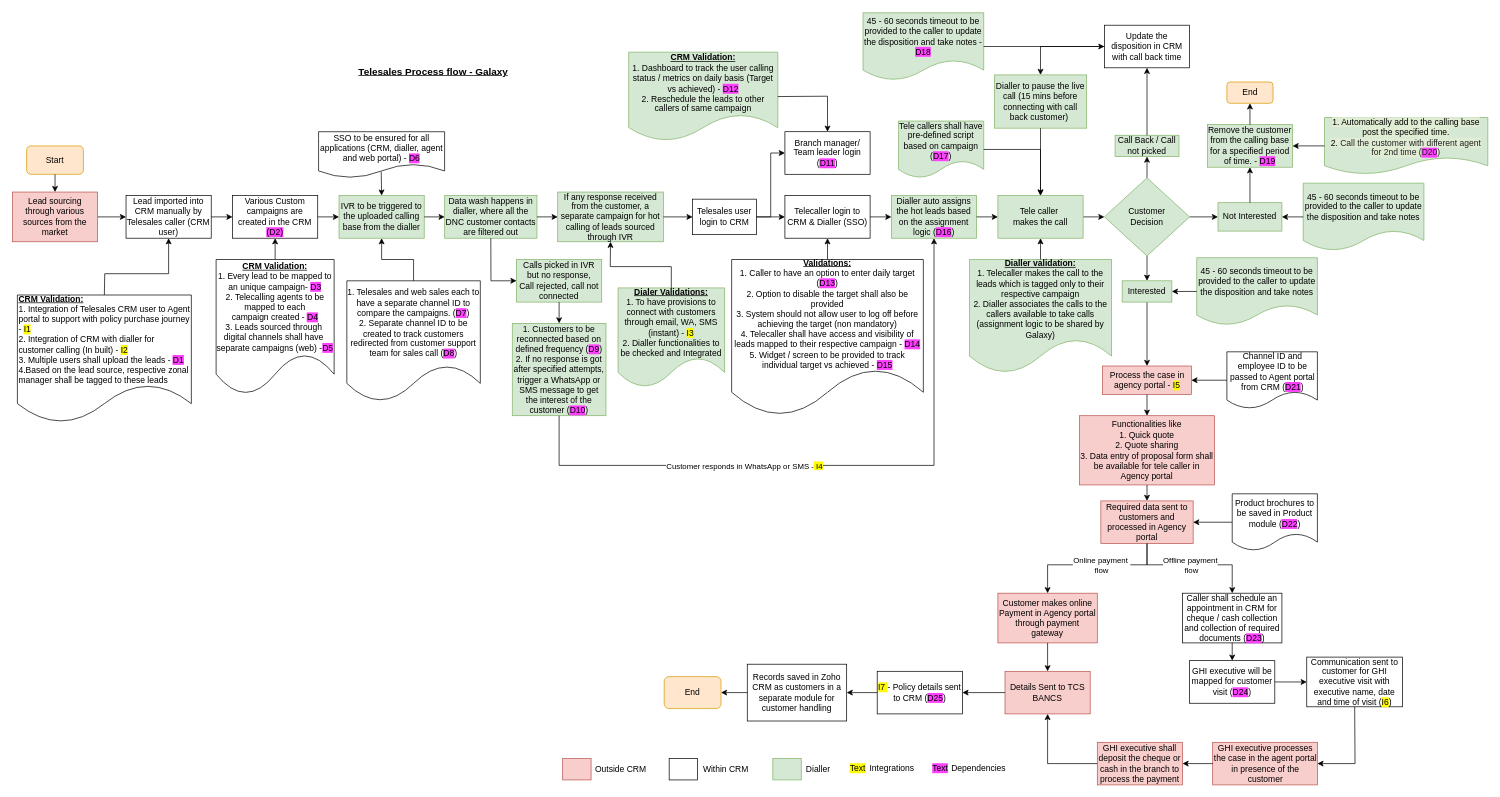
Earlier version of the draw.io diagram TeleSales.drawio (shaileshsreedar/Galaxy). Source tidied: cells renumbered, new cells numbered last; positions are measured from the earlier drawing's top-left corner, leaving out a move shared by most shapes. Both pictures are drawn from the tidied source at 71%, with x=0, y=0 at pixel (12, 12).
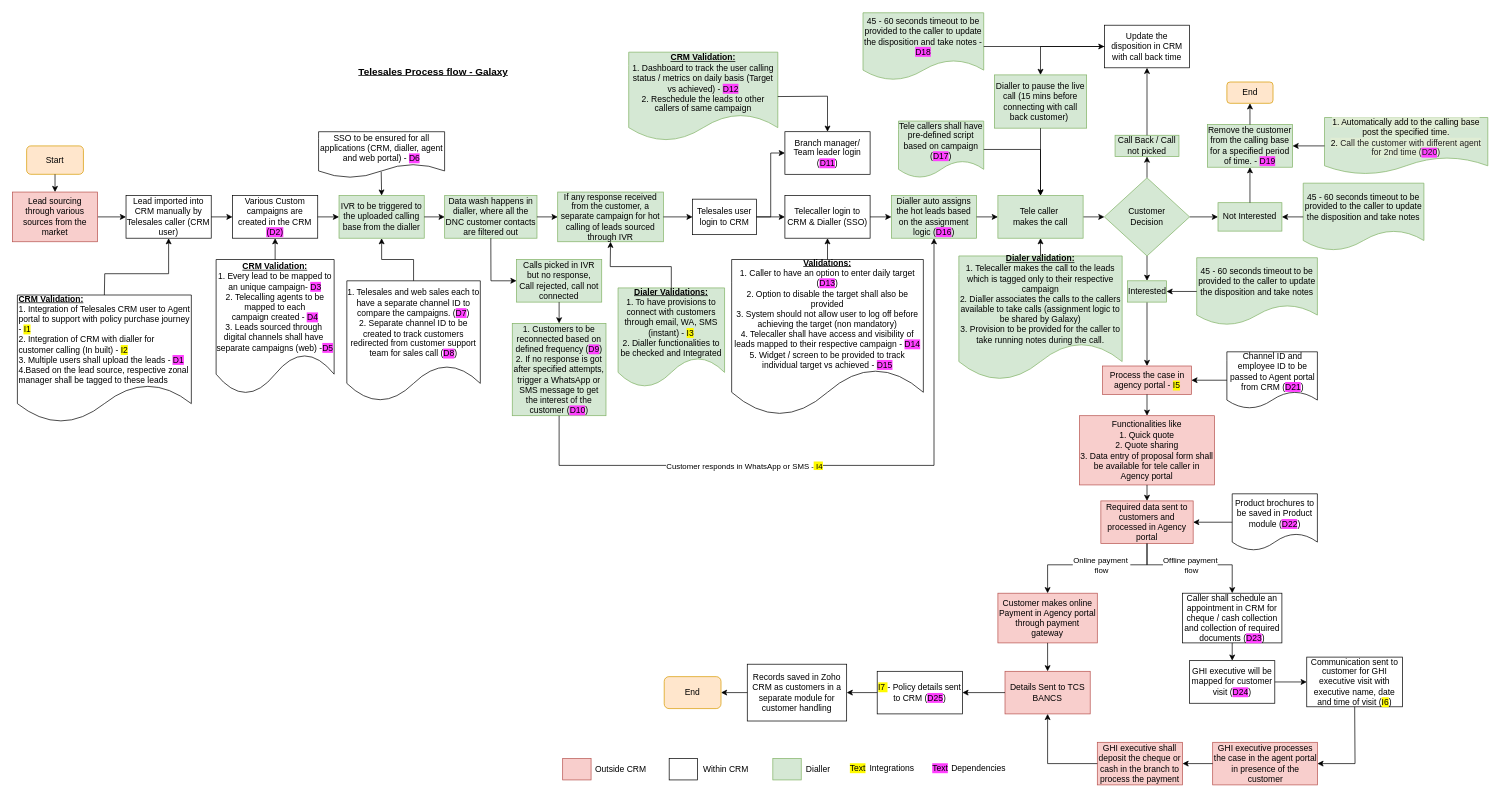
The same diagram, later.

Diff of the diagram source:
```diff
@@
     <mxCell id="15" value="Interested" style="whiteSpace=wrap;html=1;fillColor=#d5e8d4;strokeColor=#82b366;" parent="1" vertex="1">
-      <mxGeometry x="1563" y="378" width="70" height="30" as="geometry" />
+      <mxGeometry x="1570.5" y="378" width="55" height="30" as="geometry" />
     </mxCell>
@@
-    <mxCell id="47" value="&lt;u&gt;&lt;b&gt;Dialler validation:&lt;/b&gt;&lt;/u&gt;&lt;div&gt;1. Telecaller makes the call to the leads which is tagged only to their respective campaign&lt;/div&gt;&lt;div&gt;2. Dialler associates the calls to the callers available to take calls (assignment logic to be shared by Galaxy)&lt;/div&gt;" style="shape=document;whiteSpace=wrap;html=1;boundedLbl=1;fillColor=#d5e8d4;strokeColor=#82b366;" parent="1" vertex="1">
-      <mxGeometry x="1348" y="348" width="200" height="160" as="geometry" />
+    <mxCell id="47" value="&lt;u&gt;&lt;b&gt;Dialer validation:&lt;/b&gt;&lt;/u&gt;&lt;div&gt;1. Telecaller makes the call to the leads which is tagged only to their respective campaign&lt;/div&gt;&lt;div&gt;2. Dialler associates the calls to the callers available to take calls (assignment logic to be shared by Galaxy)&lt;/div&gt;&lt;div&gt;3. Provision to be provided for the caller to take running notes during the call.&lt;/div&gt;" style="shape=document;whiteSpace=wrap;html=1;boundedLbl=1;fillColor=#d5e8d4;strokeColor=#82b366;" parent="1" vertex="1">
+      <mxGeometry x="1333" y="343" width="230" height="175" as="geometry" />
     </mxCell>
```
